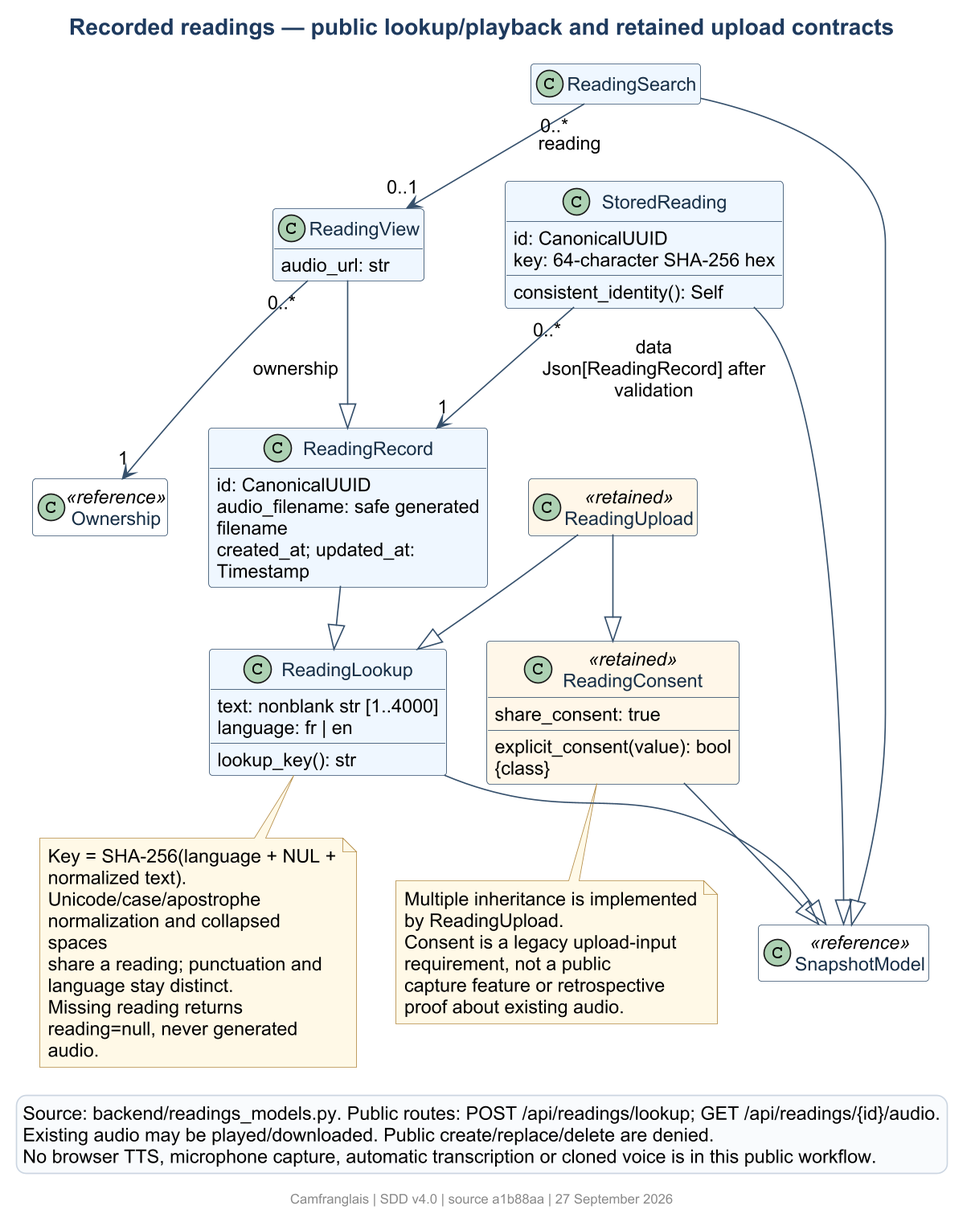
This is docs/diagrams/class-readings.png from Suraku237/francanglaiscompiler, a PlantUML export, as it was before one commit. Source of this version:
```plantuml
@startuml
!include theme.iuml
title Recorded readings — public lookup/playback and retained upload contracts
hide empty members
class SnapshotModel <<reference>>
class ReadingLookup {
  text: nonblank str [1..4000]
  language: fr | en
  lookup_key(): str
}
class ReadingConsent <<retained>> {
  share_consent: true
  explicit_consent(value): bool {class}
}
class ReadingUpload <<retained>>
class ReadingRecord {
  id: CanonicalUUID
  audio_filename: safe generated filename
  created_at; updated_at: Timestamp
}
class ReadingView {
  audio_url: str
}
class ReadingSearch
class StoredReading {
  id: CanonicalUUID
  key: 64-character SHA-256 hex
  consistent_identity(): Self
}
class Ownership <<reference>>
ReadingLookup --|> SnapshotModel
ReadingConsent --|> SnapshotModel
ReadingUpload --|> ReadingLookup
ReadingUpload --|> ReadingConsent
ReadingRecord --|> ReadingLookup
ReadingView --|> ReadingRecord
ReadingSearch --|> SnapshotModel
StoredReading --|> SnapshotModel
ReadingView "0..*" --> "1" Ownership : ownership
ReadingSearch "0..*" --> "0..1" ReadingView : reading
StoredReading "0..*" --> "1" ReadingRecord : data\nJson[ReadingRecord] after validation
note bottom of ReadingLookup
  Key = SHA-256(language + NUL + normalized text).
  Unicode/case/apostrophe normalization and collapsed spaces
  share a reading; punctuation and language stay distinct.
  Missing reading returns reading=null, never generated audio.
end note
note bottom of ReadingConsent
  Multiple inheritance is implemented by ReadingUpload.
  Consent is a legacy upload-input requirement, not a public
  capture feature or retrospective proof about existing audio.
end note
legend bottom
  Source: backend/readings_models.py. Public routes: POST /api/readings/lookup; GET /api/readings/{id}/audio.
  Existing audio may be played/downloaded. Public create/replace/delete are denied.
  No browser TTS, microphone capture, automatic transcription or cloned voice is in this public workflow.
endlegend
@enduml
```
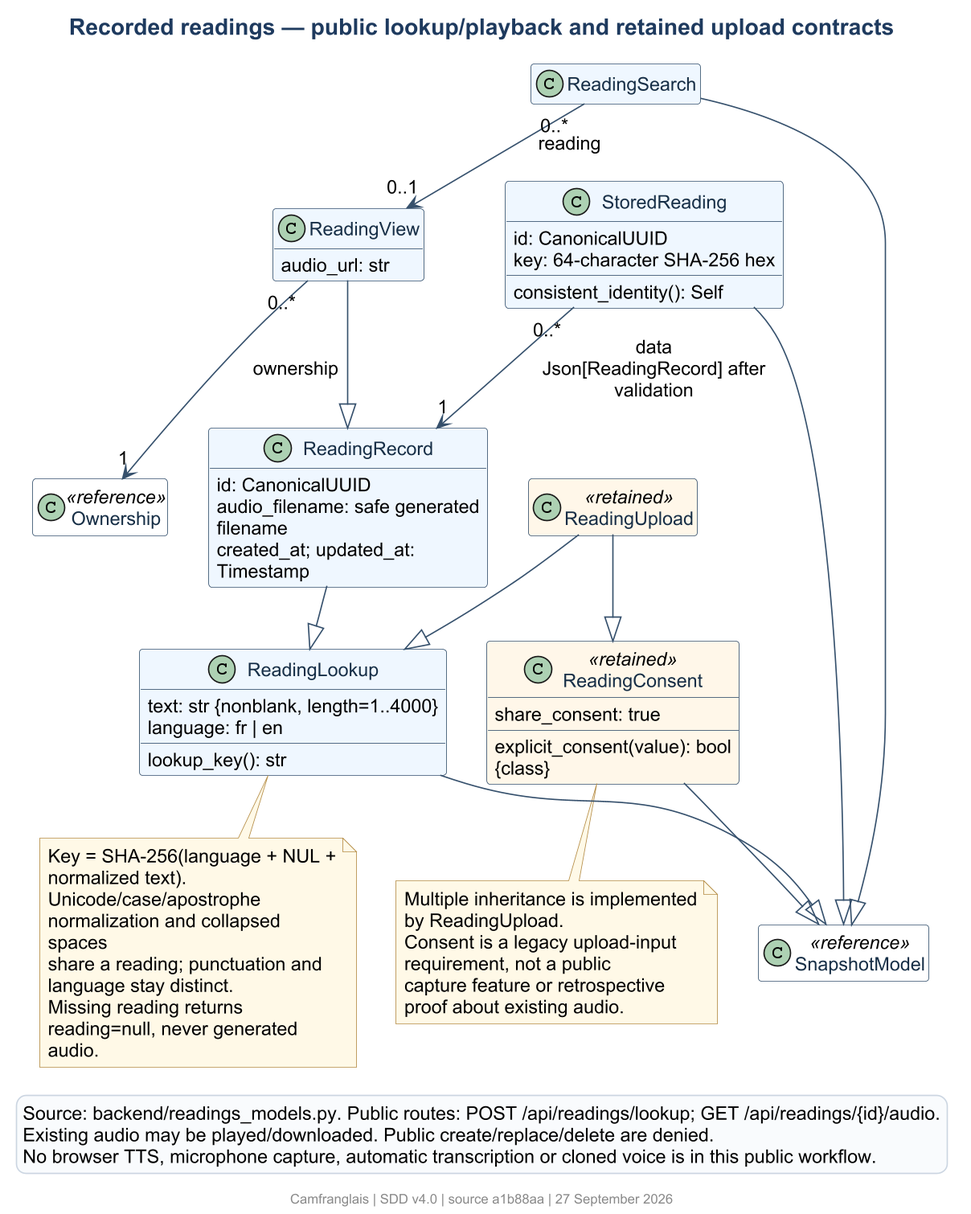
Above is the later version.

The edit, as a diff of the source:
```diff
@@ -4,7 +4,7 @@
 hide empty members
 class SnapshotModel <<reference>>
 class ReadingLookup {
-  text: nonblank str [1..4000]
+  text: str {nonblank, length=1..4000}
   language: fr | en
   lookup_key(): str
 }
```
